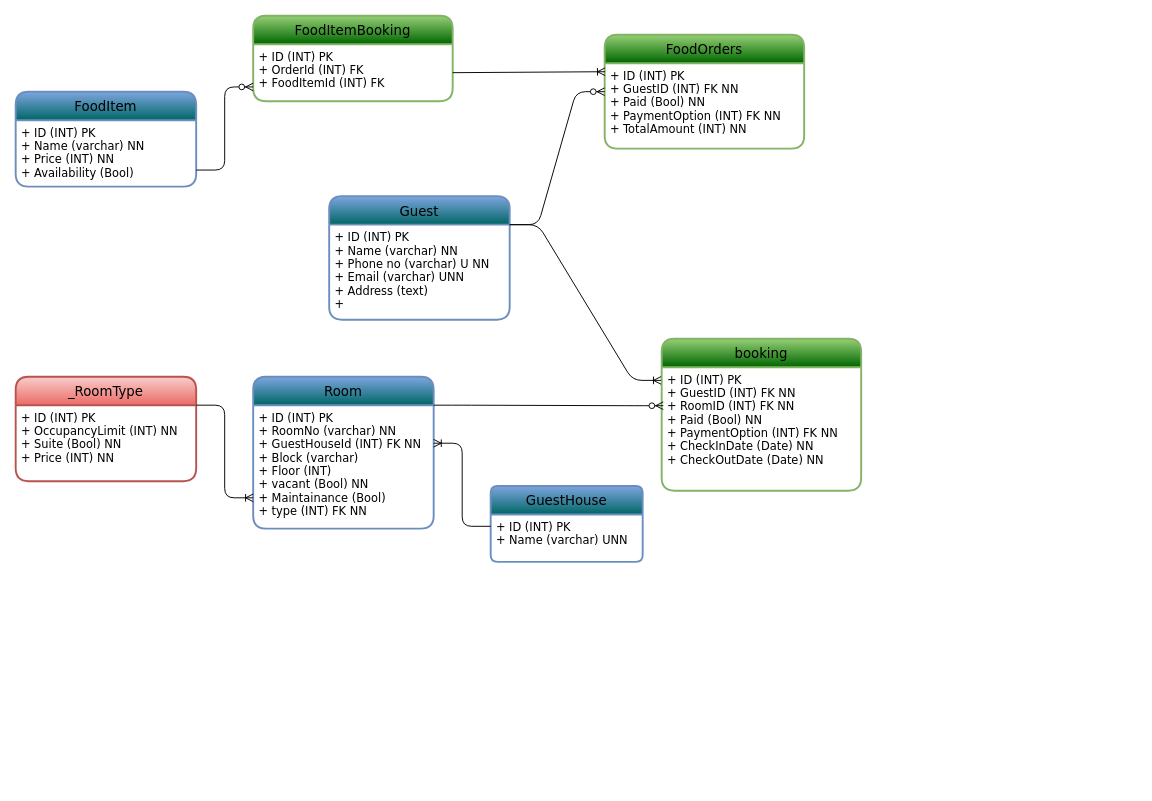
Above: flowchat.drawio in RupakBiswas-2304/dbmsminiproject (draw.io), before the change. Source tidied: cells renumbered, new cells numbered last; positions are measured from the earlier drawing's top-left corner, leaving out a move shared by most shapes. Both pictures are drawn from the tidied source at 95%, with x=0, y=0 at pixel (15, 15).
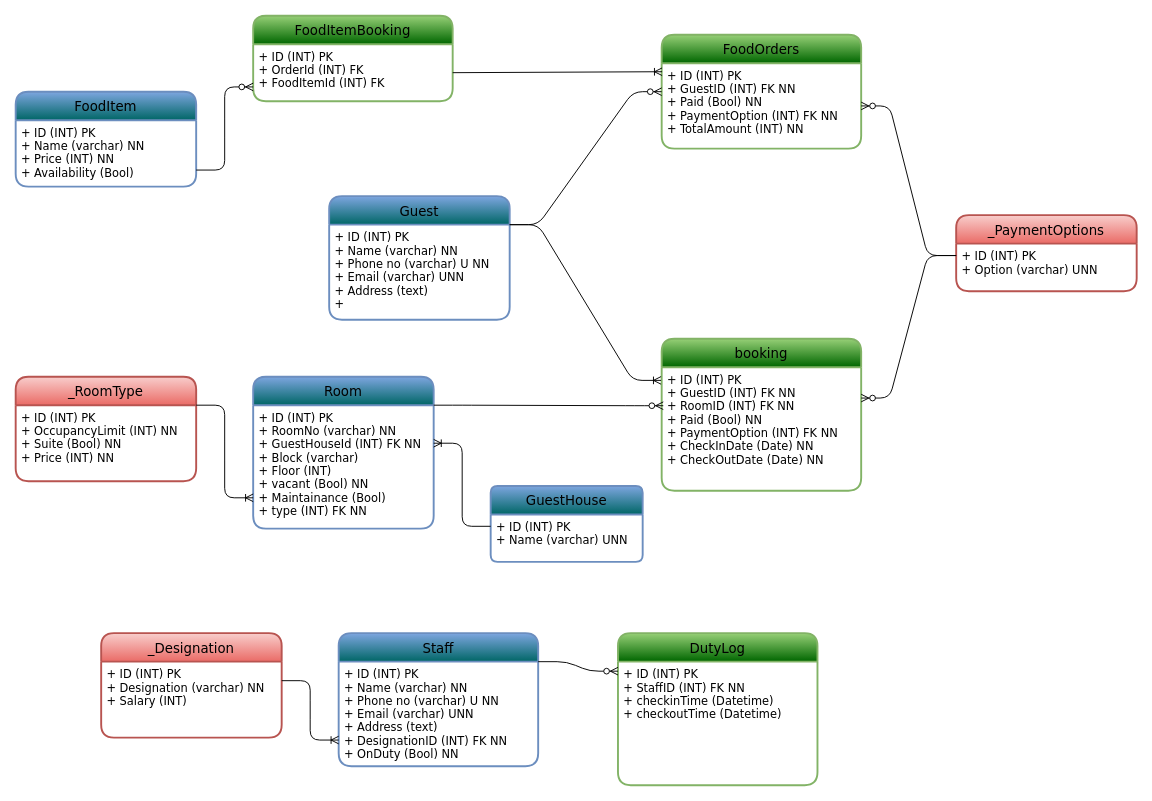
The same diagram, later.

The change refers to these unchanged cells:
```xml
<mxCell id="9" value="+ ID (INT) PK&#10;+ GuestID (INT) FK NN&#10;+ RoomID (INT) FK NN&#10;+ Paid (Bool) NN&#10;+ PaymentOption (INT) FK NN&#10;+ CheckInDate (Date) NN&#10;+ CheckOutDate (Date) NN" style="align=left;strokeColor=none;fillColor=none;spacingLeft=4;fontSize=12;verticalAlign=top;fontFamily=Verdana;" parent="8" vertex="1">
  <mxGeometry y="30" width="210" height="130" as="geometry" />
</mxCell>
<mxCell id="19" value="+ ID (INT) PK&#10;+ GuestID (INT) FK NN&#10;+ Paid (Bool) NN&#10;+ PaymentOption (INT) FK NN&#10;+ TotalAmount (INT) NN" style="align=left;strokeColor=none;fillColor=none;spacingLeft=4;fontSize=12;verticalAlign=top;fontFamily=Verdana;" parent="18" vertex="1">
  <mxGeometry y="30" width="210" height="90" as="geometry" />
</mxCell>
```

Diff of the diagram source:
```diff
@@
     <mxCell id="18" value="FoodOrders" style="swimlane;horizontal=1;startSize=30;rounded=1;fontSize=14;fontStyle=0;strokeWidth=2;shadow=0;dashed=0;align=center;fontFamily=Verdana;fillColor=#006600;strokeColor=#82b366;gradientColor=#97d077;gradientDirection=north;" parent="1" vertex="1">
-      <mxGeometry x="620" y="20" width="210" height="120" as="geometry" />
+      <mxGeometry x="680" y="20" width="210" height="120" as="geometry" />
     </mxCell>
@@
+    <mxCell id="25" value="Staff" style="swimlane;horizontal=1;startSize=30;rounded=1;fontSize=14;fontStyle=0;strokeWidth=2;shadow=0;dashed=0;align=center;fontFamily=Verdana;fillColor=#006666;strokeColor=#6c8ebf;gradientColor=#7ea6e0;gradientDirection=north;" parent="1" vertex="1">
+      <mxGeometry x="340" y="650" width="210" height="140" as="geometry" />
+    </mxCell>
+    <mxCell id="26" value="+ ID (INT) PK&#10;+ Name (varchar) NN&#10;+ Phone no (varchar) U NN&#10;+ Email (varchar) UNN&#10;+ Address (text) &#10;+ DesignationID (INT) FK NN&#10;+ OnDuty (Bool) NN" style="align=left;strokeColor=none;fillColor=none;spacingLeft=4;fontSize=12;verticalAlign=top;fontFamily=Verdana;" parent="25" vertex="1">
+      <mxGeometry y="30" width="210" height="110" as="geometry" />
+    </mxCell>
+    <mxCell id="27" value="DutyLog" style="swimlane;horizontal=1;startSize=30;rounded=1;fontSize=14;fontStyle=0;strokeWidth=2;shadow=0;dashed=0;align=center;fontFamily=Verdana;fillColor=#006600;strokeColor=#82b366;gradientColor=#97d077;gradientDirection=north;" parent="1" vertex="1">
+      <mxGeometry x="634" y="650" width="210" height="160" as="geometry" />
+    </mxCell>
+    <mxCell id="28" value="+ ID (INT) PK&#10;+ StaffID (INT) FK NN&#10;+ checkinTime (Datetime)&#10;+ checkoutTime (Datetime)" style="align=left;strokeColor=none;fillColor=none;spacingLeft=4;fontSize=12;verticalAlign=top;fontFamily=Verdana;" parent="27" vertex="1">
+      <mxGeometry y="30" width="210" height="130" as="geometry" />
+    </mxCell>
+    <mxCell id="29" value="_Designation" style="swimlane;horizontal=1;startSize=30;rounded=1;fontSize=14;fontStyle=0;strokeWidth=2;shadow=0;dashed=0;align=center;fontFamily=Verdana;fillColor=#f8cecc;strokeColor=#b85450;gradientColor=#ea6b66;" parent="1" vertex="1">
+      <mxGeometry x="90" y="650" width="190" height="110" as="geometry" />
+    </mxCell>
+    <mxCell id="30" value="+ ID (INT) PK&#10;+ Designation (varchar) NN&#10;+ Salary (INT) " style="align=left;strokeColor=none;fillColor=none;spacingLeft=4;fontSize=12;verticalAlign=top;fontFamily=Verdana;" parent="29" vertex="1">
+      <mxGeometry y="30" width="190" height="80" as="geometry" />
+    </mxCell>
+    <mxCell id="31" style="edgeStyle=entityRelationEdgeStyle;fontSize=12;html=1;endArrow=ERoneToMany;fontFamily=Verdana;fontColor=#F0F0F0;entryX=0;entryY=0.75;entryDx=0;entryDy=0;exitX=1;exitY=0.25;exitDx=0;exitDy=0;" parent="1" edge="1" source="30" target="26">
+      <mxGeometry relative="1" as="geometry" />
+    </mxCell>
+    <mxCell id="32" style="edgeStyle=entityRelationEdgeStyle;fontSize=12;html=1;endArrow=ERzeroToMany;endFill=1;fontFamily=Verdana;fontColor=#F0F0F0;entryX=0;entryY=0.25;entryDx=0;entryDy=0;exitX=1;exitY=0;exitDx=0;exitDy=0;" parent="1" edge="1" source="26" target="27">
+      <mxGeometry relative="1" as="geometry" />
+    </mxCell>
+    <mxCell id="33" value="_PaymentOptions" style="swimlane;horizontal=1;startSize=30;rounded=1;fontSize=14;fontStyle=0;strokeWidth=2;shadow=0;dashed=0;align=center;fontFamily=Verdana;fillColor=#f8cecc;strokeColor=#b85450;gradientColor=#ea6b66;" parent="1" vertex="1">
+      <mxGeometry x="990" y="210" width="190" height="80" as="geometry" />
+    </mxCell>
+    <mxCell id="34" value="+ ID (INT) PK&#10;+ Option (varchar) UNN" style="align=left;strokeColor=none;fillColor=none;spacingLeft=4;fontSize=12;verticalAlign=top;fontFamily=Verdana;" parent="33" vertex="1">
+      <mxGeometry y="30" width="190" height="50" as="geometry" />
+    </mxCell>
+    <mxCell id="35" style="edgeStyle=entityRelationEdgeStyle;fontSize=12;html=1;endArrow=ERzeroToMany;endFill=1;fontFamily=Verdana;fontColor=#F0F0F0;elbow=vertical;entryX=1;entryY=0.25;entryDx=0;entryDy=0;exitX=0;exitY=0.25;exitDx=0;exitDy=0;" parent="1" edge="1" source="34" target="9">
+      <mxGeometry relative="1" as="geometry" />
+    </mxCell>
+    <mxCell id="36" style="edgeStyle=entityRelationEdgeStyle;fontSize=12;html=1;endArrow=ERzeroToMany;endFill=1;fontFamily=Verdana;fontColor=#F0F0F0;elbow=vertical;entryX=1;entryY=0.5;entryDx=0;entryDy=0;exitX=0;exitY=0.25;exitDx=0;exitDy=0;" parent="1" edge="1" source="34" target="19">
+      <mxGeometry relative="1" as="geometry" />
+    </mxCell>
```
